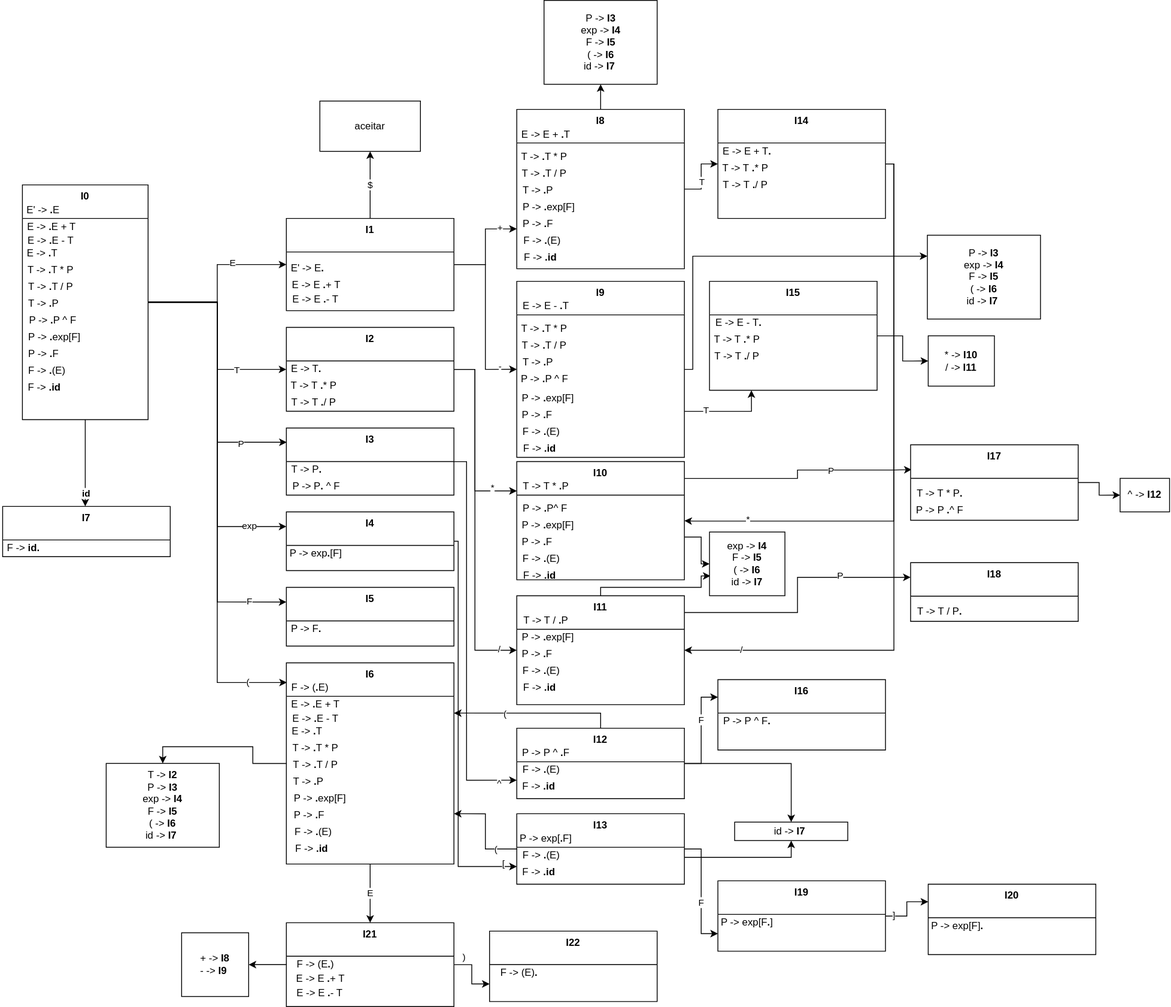
Above: syntatic/Syntatic_Automata.svg in SousaPedroso/interpreter (draw.io), before the change. Source tidied: cells renumbered, new cells last; positions are measured from the earlier drawing's top-left corner, leaving out a move shared by most shapes.
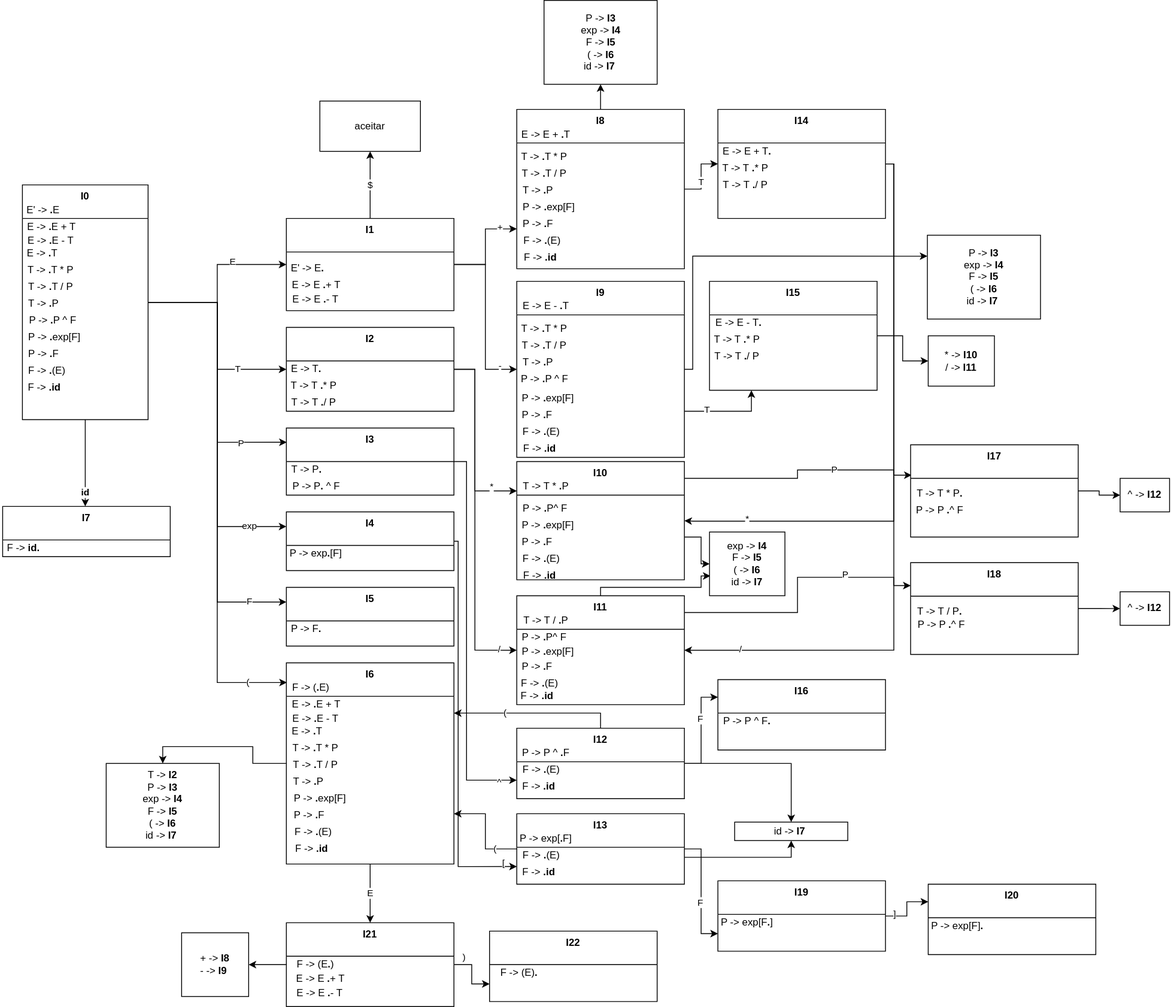
After the commit.

Diff of the diagram source:
```diff
@@ -386,6 +386,8 @@
         <Array as="points">
           <mxPoint x="951" y="730" />
           <mxPoint x="951" y="688" />
+          <mxPoint x="1066" y="688" />
+          <mxPoint x="1066" y="698" />
         </Array>
       </mxGeometry>
     </mxCell>
@@ -408,17 +410,20 @@
       <mxGeometry y="20" width="70" height="20" as="geometry" />
     </mxCell>
     <mxCell id="112" value="&lt;span style=&quot;font-weight: normal;&quot;&gt;P -&amp;gt; &lt;/span&gt;.&lt;span style=&quot;font-weight: 400;&quot;&gt;exp[F]&lt;/span&gt;" style="text;html=1;strokeColor=none;fillColor=none;align=center;verticalAlign=middle;whiteSpace=wrap;rounded=0;fontStyle=1;" parent="110" vertex="1">
-      <mxGeometry x="4" y="40" width="67" height="20" as="geometry" />
+      <mxGeometry x="4" y="57" width="67" height="20" as="geometry" />
     </mxCell>
     <mxCell id="113" value="&lt;span style=&quot;font-weight: normal;&quot;&gt;P -&amp;gt; &lt;/span&gt;.&lt;span style=&quot;font-weight: 400;&quot;&gt;F&lt;/span&gt;" style="text;html=1;strokeColor=none;fillColor=none;align=center;verticalAlign=middle;whiteSpace=wrap;rounded=0;fontStyle=1;" parent="110" vertex="1">
-      <mxGeometry x="4" y="60" width="40.5" height="20" as="geometry" />
+      <mxGeometry x="4" y="75" width="40.5" height="20" as="geometry" />
     </mxCell>
     <mxCell id="114" value="&lt;span style=&quot;font-weight: normal;&quot;&gt;F -&amp;gt; &lt;/span&gt;.&lt;span style=&quot;font-weight: 400;&quot;&gt;(E)&lt;/span&gt;" style="text;html=1;strokeColor=none;fillColor=none;align=center;verticalAlign=middle;whiteSpace=wrap;rounded=0;fontStyle=1;" parent="110" vertex="1">
-      <mxGeometry x="2" y="80" width="54.8" height="20" as="geometry" />
+      <mxGeometry y="95" width="54.8" height="20" as="geometry" />
     </mxCell>
     <mxCell id="115" value="&lt;span style=&quot;font-weight: normal;&quot;&gt;F -&amp;gt; &lt;/span&gt;.id" style="text;html=1;strokeColor=none;fillColor=none;align=center;verticalAlign=middle;whiteSpace=wrap;rounded=0;fontStyle=1;" parent="110" vertex="1">
-      <mxGeometry y="100" width="54.8" height="20" as="geometry" />
+      <mxGeometry x="-3.1" y="110" width="54.8" height="20" as="geometry" />
     </mxCell>
+    <mxCell id="181" value="&lt;span style=&quot;font-weight: normal;&quot;&gt;P -&amp;gt; &lt;/span&gt;.&lt;span style=&quot;font-weight: normal;&quot;&gt;P&lt;/span&gt;&lt;span style=&quot;font-weight: normal;&quot;&gt;^ F&lt;/span&gt;" style="text;html=1;strokeColor=none;fillColor=none;align=center;verticalAlign=middle;whiteSpace=wrap;rounded=0;fontStyle=1;" parent="110" vertex="1">
+      <mxGeometry x="3" y="40" width="60" height="20" as="geometry" />
+    </mxCell>
     <mxCell id="116" value="^" style="edgeLabel;html=1;align=center;verticalAlign=middle;" parent="1" vertex="1">
       <mxGeometry x="595.5" y="900" as="geometry">
         <mxPoint x="-1" y="33" as="offset" />
@@ -556,12 +561,18 @@
     <mxCell id="153" value="&lt;span style=&quot;font-weight: normal;&quot;&gt;P -&amp;gt; P&lt;/span&gt;&lt;span style=&quot;font-weight: normal;&quot;&gt;&amp;nbsp;^&amp;nbsp;&lt;/span&gt;&lt;span style=&quot;font-weight: 400;&quot;&gt;F&lt;/span&gt;." style="text;html=1;strokeColor=none;fillColor=none;align=center;verticalAlign=middle;whiteSpace=wrap;rounded=0;fontStyle=1;" parent="152" vertex="1">
       <mxGeometry y="40" width="70" height="20" as="geometry" />
     </mxCell>
+    <mxCell id="182" style="edgeStyle=orthogonalEdgeStyle;rounded=0;jettySize=auto;html=1;" parent="1" edge="1" source="154" target="184">
+      <mxGeometry relative="1" as="geometry" />
+    </mxCell>
     <mxCell id="154" value="I18&#10;" style="swimlane;startSize=40;fontStyle=1;" parent="1" vertex="1">
-      <mxGeometry x="1086" y="670.5" width="200" height="70" as="geometry" />
+      <mxGeometry x="1086" y="670.5" width="200" height="109.5" as="geometry" />
     </mxCell>
     <mxCell id="155" value="&lt;span style=&quot;font-weight: normal;&quot;&gt;T -&amp;gt; T&lt;/span&gt;&lt;span style=&quot;font-weight: normal;&quot;&gt;&amp;nbsp;/&amp;nbsp;&lt;/span&gt;&lt;span style=&quot;font-weight: 400;&quot;&gt;P&lt;/span&gt;." style="text;html=1;strokeColor=none;fillColor=none;align=center;verticalAlign=middle;whiteSpace=wrap;rounded=0;fontStyle=1;" parent="154" vertex="1">
       <mxGeometry y="48" width="70" height="20" as="geometry" />
     </mxCell>
+    <mxCell id="183" value="&lt;span style=&quot;font-weight: normal;&quot;&gt;P -&amp;gt; &lt;/span&gt;&lt;span style=&quot;font-weight: normal;&quot;&gt;P &lt;/span&gt;.&lt;span style=&quot;font-weight: normal;&quot;&gt;^ F&lt;/span&gt;" style="text;html=1;strokeColor=none;fillColor=none;align=center;verticalAlign=middle;whiteSpace=wrap;rounded=0;fontStyle=1;" parent="154" vertex="1">
+      <mxGeometry x="7" y="64.5" width="60" height="20" as="geometry" />
+    </mxCell>
     <mxCell id="156" value="exp -&amp;gt; &lt;b&gt;I4&lt;/b&gt;&lt;br&gt;F -&amp;gt; &lt;b&gt;I5&lt;/b&gt;&lt;br&gt;( -&amp;gt; &lt;b&gt;I6&lt;/b&gt;&lt;br&gt;id -&amp;gt; &lt;b&gt;I7&lt;/b&gt;" style="rounded=0;whiteSpace=wrap;html=1;" parent="1" vertex="1">
       <mxGeometry x="846" y="634" width="90" height="76" as="geometry" />
     </mxCell>
@@ -569,7 +580,7 @@
       <mxGeometry relative="1" as="geometry" />
     </mxCell>
     <mxCell id="158" value="I17&#10;" style="swimlane;startSize=40;fontStyle=1;" parent="1" vertex="1">
-      <mxGeometry x="1086" y="530" width="200" height="90" as="geometry" />
+      <mxGeometry x="1086" y="530" width="200" height="110" as="geometry" />
     </mxCell>
     <mxCell id="159" value="&lt;span style=&quot;font-weight: normal;&quot;&gt;T -&amp;gt; T&lt;/span&gt;&lt;span style=&quot;font-weight: normal;&quot;&gt;&amp;nbsp;*&amp;nbsp;&lt;/span&gt;&lt;span style=&quot;font-weight: 400;&quot;&gt;P&lt;/span&gt;." style="text;html=1;strokeColor=none;fillColor=none;align=center;verticalAlign=middle;whiteSpace=wrap;rounded=0;fontStyle=1;" parent="158" vertex="1">
       <mxGeometry y="48" width="70" height="20" as="geometry" />
@@ -641,5 +652,8 @@
     <mxCell id="180" value="^ -&amp;gt; &lt;b&gt;I12&lt;/b&gt;" style="rounded=0;whiteSpace=wrap;html=1;" parent="1" vertex="1">
       <mxGeometry x="1336" y="570" width="59" height="40" as="geometry" />
     </mxCell>
+    <mxCell id="184" value="^ -&amp;gt; &lt;b&gt;I12&lt;/b&gt;" style="rounded=0;whiteSpace=wrap;html=1;" parent="1" vertex="1">
+      <mxGeometry x="1336" y="705.3" width="59" height="40" as="geometry" />
+    </mxCell>
   </root>
 </mxGraphModel>
```
